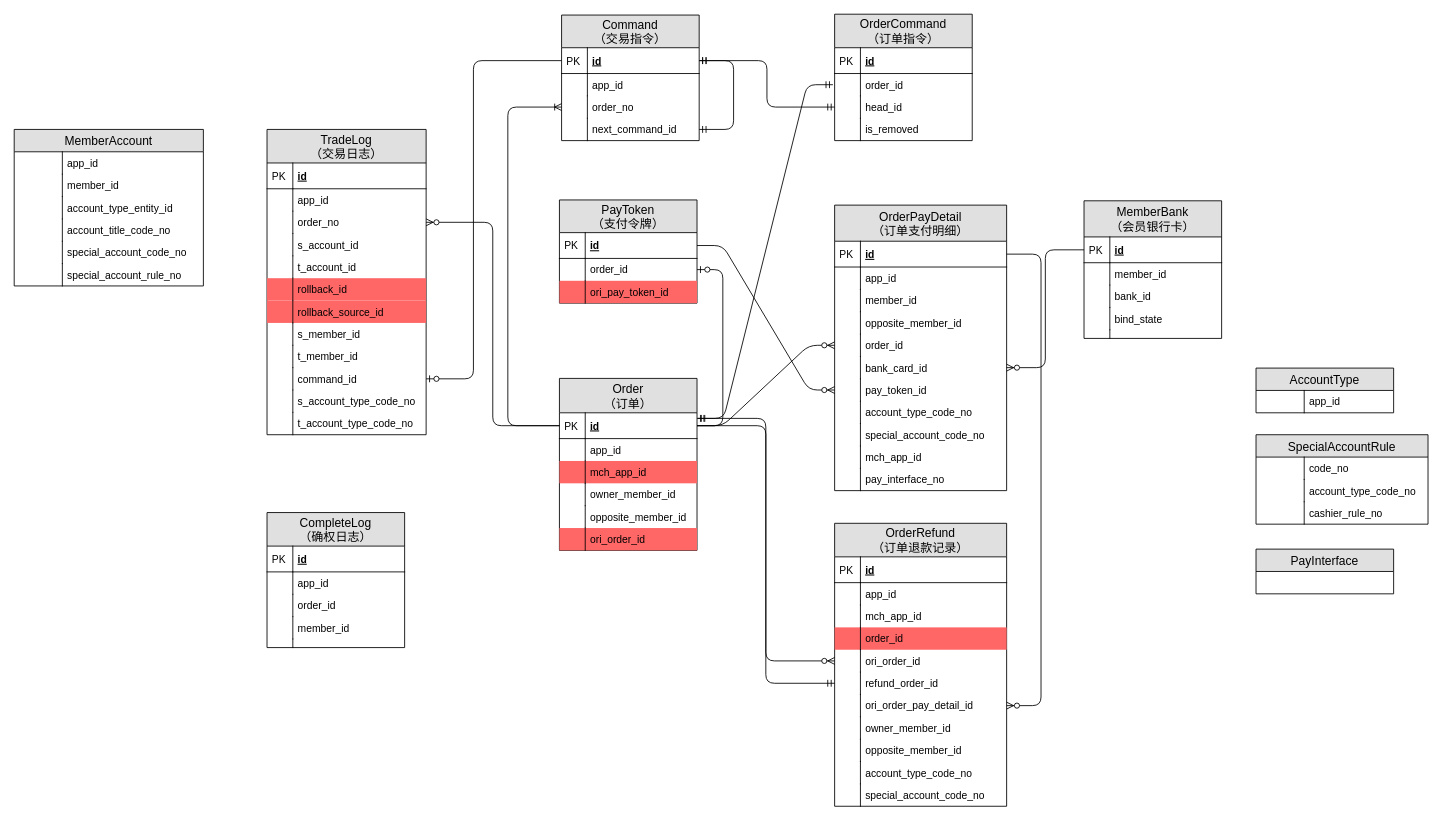
Before: page "order-trade" (4 of 7) of xc-account/design/account/xc-account-db-ER.drawio in waterStone528/job, a draw.io diagram. Source tidied: cells renumbered, new cells numbered last; positions are measured from the earlier drawing's top-left corner, leaving out a move shared by most shapes. Both pictures are drawn from the tidied source at 86%, with x=0, y=0 at pixel (14, 14).
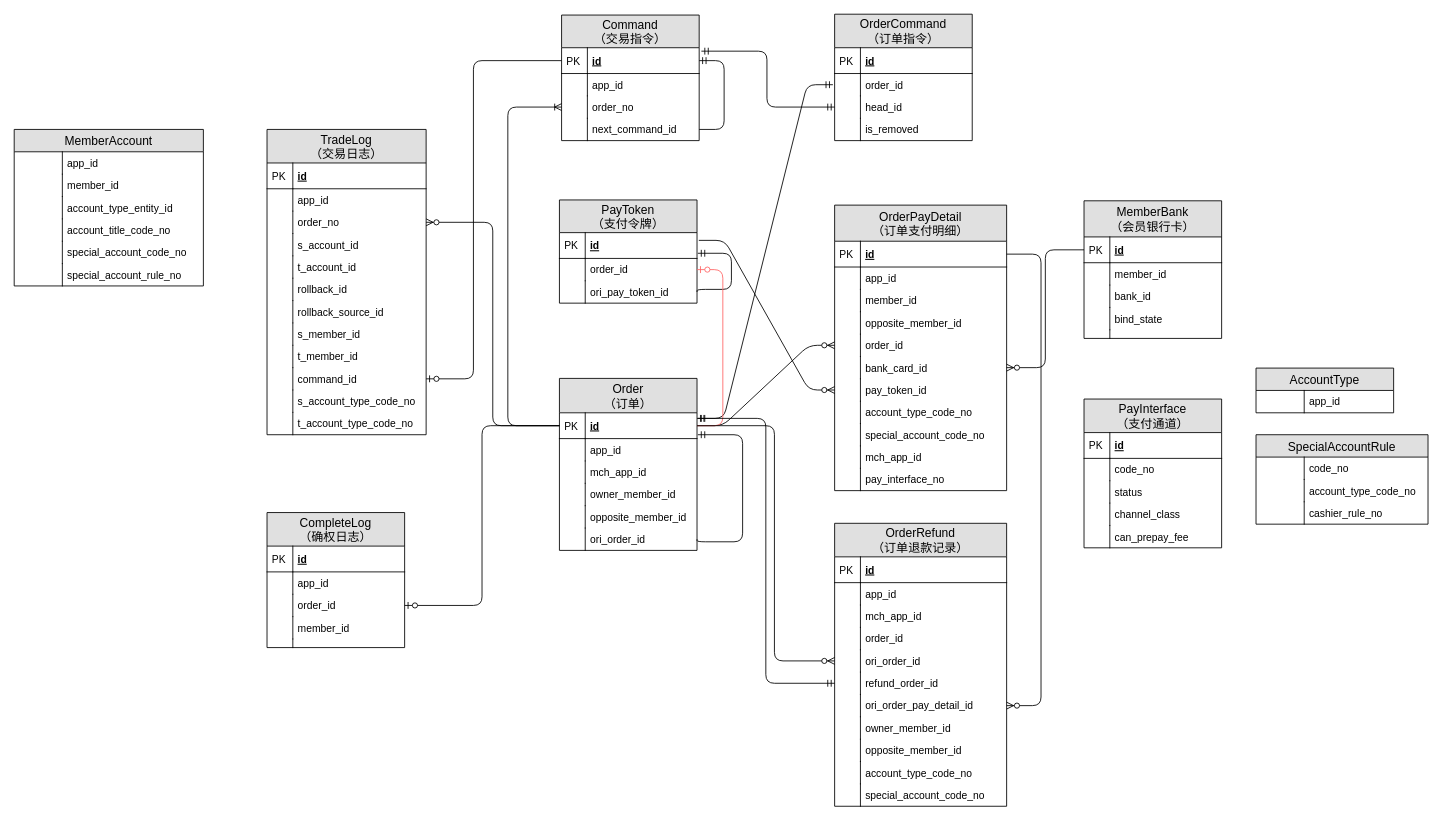
After the change.

Unchanged cells that the change refers to:
```xml
<mxCell id="2" value="Order&#10;（订单）" style="swimlane;fontStyle=0;horizontal=1;startSize=40;fillColor=#e0e0e0;swimlaneFillColor=#ffffff;align=center;fontSize=14;" parent="1" vertex="1">
  <mxGeometry x="634" y="423.5" width="160" height="200" as="geometry" />
</mxCell>
<mxCell id="3" value="id" style="shape=partialRectangle;top=0;left=0;right=0;bottom=1;align=left;verticalAlign=middle;fillColor=none;spacingLeft=34;spacingRight=4;overflow=hidden;points=[[0,0.5],[1,0.5]];portConstraint=eastwest;fontStyle=5;fontSize=12;" parent="2" vertex="1">
  <mxGeometry y="40" width="160" height="30" as="geometry" />
</mxCell>
<mxCell id="20" value="head_id" style="shape=partialRectangle;top=0;left=0;right=0;bottom=0;align=left;verticalAlign=top;fillColor=none;spacingLeft=34;spacingRight=4;overflow=hidden;points=[[0,0.5],[1,0.5]];portConstraint=eastwest;fontSize=12;" parent="15" vertex="1">
  <mxGeometry y="95" width="160" height="26" as="geometry" />
</mxCell>
<mxCell id="37" value="pay_token_id" style="shape=partialRectangle;top=0;left=0;right=0;bottom=0;align=left;verticalAlign=top;fillColor=none;spacingLeft=34;spacingRight=4;overflow=hidden;points=[[0,0.5],[1,0.5]];portConstraint=eastwest;fontSize=12;" parent="24" vertex="1">
  <mxGeometry y="202" width="200" height="26" as="geometry" />
</mxCell>
<mxCell id="47" value="PayToken&#10;（支付令牌）" style="swimlane;fontStyle=0;horizontal=1;startSize=38;fillColor=#e0e0e0;swimlaneFillColor=#ffffff;align=center;fontSize=14;" parent="1" vertex="1">
  <mxGeometry x="634" y="216" width="160" height="120" as="geometry" />
</mxCell>
<mxCell id="48" value="id" style="shape=partialRectangle;top=0;left=0;right=0;bottom=1;align=left;verticalAlign=middle;fillColor=none;spacingLeft=34;spacingRight=4;overflow=hidden;points=[[0,0.5],[1,0.5]];portConstraint=eastwest;fontStyle=5;fontSize=12;" parent="47" vertex="1">
  <mxGeometry y="38" width="160" height="30" as="geometry" />
</mxCell>
<mxCell id="50" value="order_id" style="shape=partialRectangle;top=0;left=0;right=0;bottom=0;align=left;verticalAlign=top;fillColor=none;spacingLeft=34;spacingRight=4;overflow=hidden;points=[[0,0.5],[1,0.5]];portConstraint=eastwest;fontSize=12;" parent="47" vertex="1">
  <mxGeometry y="68" width="160" height="26" as="geometry" />
</mxCell>
<mxCell id="59" value="order_id" style="shape=partialRectangle;top=0;left=0;right=0;bottom=0;align=left;verticalAlign=top;fillColor=none;spacingLeft=34;spacingRight=4;overflow=hidden;points=[[0,0.5],[1,0.5]];portConstraint=eastwest;fontSize=12;" parent="54" vertex="1">
  <mxGeometry y="95" width="160" height="26" as="geometry" />
</mxCell>
<mxCell id="65" value="Command&#10;（交易指令）" style="swimlane;fontStyle=0;horizontal=1;startSize=38;fillColor=#e0e0e0;swimlaneFillColor=#ffffff;align=center;fontSize=14;" parent="1" vertex="1">
  <mxGeometry x="636.5" y="1" width="160" height="146" as="geometry" />
</mxCell>
<mxCell id="66" value="id" style="shape=partialRectangle;top=0;left=0;right=0;bottom=1;align=left;verticalAlign=middle;fillColor=none;spacingLeft=34;spacingRight=4;overflow=hidden;points=[[0,0.5],[1,0.5]];portConstraint=eastwest;fontStyle=5;fontSize=12;" parent="65" vertex="1">
  <mxGeometry y="38" width="160" height="30" as="geometry" />
</mxCell>
<mxCell id="72" value="next_command_id" style="shape=partialRectangle;top=0;left=0;right=0;bottom=0;align=left;verticalAlign=top;fillColor=none;spacingLeft=34;spacingRight=4;overflow=hidden;points=[[0,0.5],[1,0.5]];portConstraint=eastwest;fontSize=12;" parent="65" vertex="1">
  <mxGeometry y="120" width="160" height="26" as="geometry" />
</mxCell>
<mxCell id="75" value="TradeLog&#10;（交易日志）" style="swimlane;fontStyle=0;horizontal=1;startSize=39;fillColor=#e0e0e0;swimlaneFillColor=#ffffff;align=center;fontSize=14;" parent="1" vertex="1">
  <mxGeometry x="294" y="134" width="185" height="355" as="geometry" />
</mxCell>
<mxCell id="100" value="OrderRefund&#10;（订单退款记录）" style="swimlane;fontStyle=0;horizontal=1;startSize=39;fillColor=#e0e0e0;swimlaneFillColor=#ffffff;align=center;fontSize=14;" parent="1" vertex="1">
  <mxGeometry x="954" y="592" width="200" height="329" as="geometry" />
</mxCell>
<mxCell id="109" value="ori_order_id" style="shape=partialRectangle;top=0;left=0;right=0;bottom=0;align=left;verticalAlign=top;fillColor=none;spacingLeft=34;spacingRight=4;overflow=hidden;points=[[0,0.5],[1,0.5]];portConstraint=eastwest;fontSize=12;" parent="100" vertex="1">
  <mxGeometry y="147" width="200" height="26" as="geometry" />
</mxCell>
```

Change to the diagram source:
```diff
@@
-    <mxCell id="7" value="mch_app_id" style="shape=partialRectangle;top=0;left=0;right=0;bottom=0;align=left;verticalAlign=top;fillColor=#FF6666;spacingLeft=34;spacingRight=4;overflow=hidden;fontSize=12;" parent="2" vertex="1">
+    <mxCell id="7" value="mch_app_id" style="shape=partialRectangle;top=0;left=0;right=0;bottom=0;align=left;verticalAlign=top;fillColor=none;spacingLeft=34;spacingRight=4;overflow=hidden;fontSize=12;" parent="2" vertex="1">
       <mxGeometry y="96" width="160" height="26" as="geometry" />
     </mxCell>
@@
-    <mxCell id="13" value="ori_order_id" style="shape=partialRectangle;top=0;left=0;right=0;bottom=0;align=left;verticalAlign=top;fillColor=#FF6666;spacingLeft=34;spacingRight=4;overflow=hidden;points=[[0,0.5],[1,0.5]];portConstraint=eastwest;fontSize=12;" parent="2" vertex="1">
+    <mxCell id="13" value="ori_order_id" style="shape=partialRectangle;top=0;left=0;right=0;bottom=0;align=left;verticalAlign=top;fillColor=none;spacingLeft=34;spacingRight=4;overflow=hidden;points=[[0,0.5],[1,0.5]];portConstraint=eastwest;fontSize=12;" parent="2" vertex="1">
       <mxGeometry y="174" width="160" height="26" as="geometry" />
     </mxCell>
@@
+    <mxCell id="170" style="edgeStyle=orthogonalEdgeStyle;fontSize=12;html=1;endArrow=ERmandOne;exitX=1;exitY=0.5;exitDx=0;exitDy=0;entryX=1.006;entryY=0.85;entryDx=0;entryDy=0;entryPerimeter=0;" parent="2" edge="1" source="13" target="3">
+      <mxGeometry relative="1" as="geometry">
+        <Array as="points">
+          <mxPoint x="160" y="190" />
+          <mxPoint x="213" y="190" />
+          <mxPoint x="213" y="65" />
+          <mxPoint x="161" y="65" />
+        </Array>
+      </mxGeometry>
+    </mxCell>
@@
-    <mxCell id="52" value="ori_pay_token_id" style="shape=partialRectangle;top=0;left=0;right=0;bottom=0;align=left;verticalAlign=top;fillColor=#FF6666;spacingLeft=34;spacingRight=4;overflow=hidden;points=[[0,0.5],[1,0.5]];portConstraint=eastwest;fontSize=12;" parent="47" vertex="1">
+    <mxCell id="52" value="ori_pay_token_id" style="shape=partialRectangle;top=0;left=0;right=0;bottom=0;align=left;verticalAlign=top;fillColor=none;spacingLeft=34;spacingRight=4;overflow=hidden;points=[[0,0.5],[1,0.5]];portConstraint=eastwest;fontSize=12;" parent="47" vertex="1">
       <mxGeometry y="94" width="160" height="26" as="geometry" />
     </mxCell>
@@
+    <mxCell id="171" style="edgeStyle=orthogonalEdgeStyle;fontSize=12;html=1;endArrow=ERmandOne;exitX=1;exitY=0.5;exitDx=0;exitDy=0;entryX=1.006;entryY=0.8;entryDx=0;entryDy=0;entryPerimeter=0;" parent="47" edge="1" source="52" target="48">
+      <mxGeometry relative="1" as="geometry">
+        <Array as="points">
+          <mxPoint x="160" y="104" />
+          <mxPoint x="200" y="104" />
+          <mxPoint x="200" y="62" />
+        </Array>
+      </mxGeometry>
+    </mxCell>
@@
-    <mxCell id="74" style="edgeStyle=orthogonalEdgeStyle;fontSize=12;html=1;endArrow=ERmandOne;startArrow=ERmandOne;exitX=1;exitY=0.5;exitDx=0;exitDy=0;entryX=1;entryY=0.5;entryDx=0;entryDy=0;" parent="65" edge="1" source="72" target="66">
+    <mxCell id="74" style="edgeStyle=orthogonalEdgeStyle;fontSize=12;html=1;endArrow=ERmandOne;exitX=1;exitY=0.5;exitDx=0;exitDy=0;entryX=1;entryY=0.5;entryDx=0;entryDy=0;" parent="65" edge="1" source="72" target="66">
       <mxGeometry relative="1" as="geometry">
         <Array as="points">
-          <mxPoint x="200" y="133" />
-          <mxPoint x="200" y="53" />
+          <mxPoint x="189" y="133" />
+          <mxPoint x="189" y="53" />
         </Array>
       </mxGeometry>
     </mxCell>
@@
-    <mxCell id="86" value="rollback_id" style="shape=partialRectangle;top=0;left=0;right=0;bottom=0;align=left;verticalAlign=top;fillColor=#FF6666;spacingLeft=34;spacingRight=4;overflow=hidden;fontSize=12;" parent="75" vertex="1">
+    <mxCell id="86" value="rollback_id" style="shape=partialRectangle;top=0;left=0;right=0;bottom=0;align=left;verticalAlign=top;fillColor=none;spacingLeft=34;spacingRight=4;overflow=hidden;fontSize=12;" parent="75" vertex="1">
       <mxGeometry y="173" width="185" height="26" as="geometry" />
     </mxCell>
@@
-    <mxCell id="88" value="rollback_source_id" style="shape=partialRectangle;top=0;left=0;right=0;bottom=0;align=left;verticalAlign=top;fillColor=#FF6666;spacingLeft=34;spacingRight=4;overflow=hidden;fontSize=12;" parent="75" vertex="1">
+    <mxCell id="88" value="rollback_source_id" style="shape=partialRectangle;top=0;left=0;right=0;bottom=0;align=left;verticalAlign=top;fillColor=none;spacingLeft=34;spacingRight=4;overflow=hidden;fontSize=12;" parent="75" vertex="1">
       <mxGeometry y="199" width="185" height="26" as="geometry" />
     </mxCell>
@@
-    <mxCell id="107" value="order_id" style="shape=partialRectangle;top=0;left=0;right=0;bottom=0;align=left;verticalAlign=top;fillColor=#FF6666;spacingLeft=34;spacingRight=4;overflow=hidden;fontSize=12;" parent="100" vertex="1">
+    <mxCell id="107" value="order_id" style="shape=partialRectangle;top=0;left=0;right=0;bottom=0;align=left;verticalAlign=top;fillColor=none;spacingLeft=34;spacingRight=4;overflow=hidden;fontSize=12;" parent="100" vertex="1">
       <mxGeometry y="121" width="200" height="26" as="geometry" />
     </mxCell>
@@
-    <mxCell id="124" style="edgeStyle=orthogonalEdgeStyle;fontSize=12;html=1;endArrow=ERmandOne;startArrow=ERmandOne;exitX=0;exitY=0.5;exitDx=0;exitDy=0;entryX=1;entryY=0.5;entryDx=0;entryDy=0;" parent="1" edge="1" source="20" target="66">
+    <mxCell id="124" style="edgeStyle=orthogonalEdgeStyle;fontSize=12;html=1;endArrow=ERmandOne;startArrow=ERmandOne;exitX=0;exitY=0.5;exitDx=0;exitDy=0;entryX=1.016;entryY=0.133;entryDx=0;entryDy=0;entryPerimeter=0;" parent="1" edge="1" source="20" target="66">
       <mxGeometry relative="1" as="geometry" />
     </mxCell>
@@
-    <mxCell id="126" style="edgeStyle=orthogonalEdgeStyle;fontSize=12;html=1;endArrow=ERzeroToOne;endFill=1;exitX=1;exitY=0.5;exitDx=0;exitDy=0;entryX=1;entryY=0.5;entryDx=0;entryDy=0;" parent="1" edge="1" source="3" target="50">
+    <mxCell id="126" style="edgeStyle=orthogonalEdgeStyle;fontSize=12;html=1;endArrow=ERzeroToOne;endFill=1;exitX=1;exitY=0.5;exitDx=0;exitDy=0;entryX=1;entryY=0.5;entryDx=0;entryDy=0;strokeColor=#FF6666;" parent="1" edge="1" source="3" target="50">
       <mxGeometry relative="1" as="geometry">
         <Array as="points">
           <mxPoint x="824" y="479" />
           <mxPoint x="824" y="297" />
         </Array>
       </mxGeometry>
     </mxCell>
-    <mxCell id="127" style="edgeStyle=entityRelationEdgeStyle;fontSize=12;html=1;endArrow=ERzeroToMany;endFill=1;entryX=0;entryY=0.5;entryDx=0;entryDy=0;exitX=1;exitY=0.5;exitDx=0;exitDy=0;" parent="1" edge="1" source="48" target="37">
+    <mxCell id="127" style="edgeStyle=entityRelationEdgeStyle;fontSize=12;html=1;endArrow=ERzeroToMany;endFill=1;entryX=0;entryY=0.5;entryDx=0;entryDy=0;exitX=1.013;exitY=0.3;exitDx=0;exitDy=0;exitPerimeter=0;" parent="1" edge="1" source="48" target="37">
       <mxGeometry relative="1" as="geometry" />
     </mxCell>
@@
     <mxCell id="150" style="edgeStyle=orthogonalEdgeStyle;fontSize=12;html=1;endArrow=ERzeroToMany;endFill=1;entryX=0;entryY=0.5;entryDx=0;entryDy=0;exitX=1;exitY=0.5;exitDx=0;exitDy=0;" parent="1" edge="1" source="3" target="109">
-      <mxGeometry relative="1" as="geometry" />
+      <mxGeometry relative="1" as="geometry">
+        <Array as="points">
+          <mxPoint x="884" y="479" />
+          <mxPoint x="884" y="752" />
+        </Array>
+      </mxGeometry>
     </mxCell>
@@
-    <mxCell id="154" value="PayInterface" style="swimlane;fontStyle=0;horizontal=1;startSize=26;fillColor=#e0e0e0;swimlaneFillColor=#ffffff;align=center;fontSize=14;" parent="1" vertex="1">
-      <mxGeometry x="1444" y="622" width="160" height="52" as="geometry" />
-    </mxCell>
@@
+    <mxCell id="172" style="edgeStyle=orthogonalEdgeStyle;fontSize=12;html=1;endArrow=ERzeroToOne;endFill=1;entryX=1;entryY=0.5;entryDx=0;entryDy=0;exitX=0;exitY=0.5;exitDx=0;exitDy=0;" parent="1" edge="1" source="3" target="59">
+      <mxGeometry relative="1" as="geometry" />
+    </mxCell>
+    <mxCell id="173" value="PayInterface&#10;（支付通道）" style="swimlane;fontStyle=0;horizontal=1;startSize=39;fillColor=#e0e0e0;swimlaneFillColor=#ffffff;align=center;fontSize=14;" parent="1" vertex="1">
+      <mxGeometry x="1244" y="447.5" width="160" height="173" as="geometry" />
+    </mxCell>
+    <mxCell id="174" value="id" style="shape=partialRectangle;top=0;left=0;right=0;bottom=1;align=left;verticalAlign=middle;fillColor=none;spacingLeft=34;spacingRight=4;overflow=hidden;fontStyle=5;fontSize=12;" parent="173" vertex="1">
+      <mxGeometry y="39" width="160" height="30" as="geometry" />
+    </mxCell>
+    <mxCell id="175" value="PK" style="shape=partialRectangle;top=0;left=0;bottom=0;fillColor=none;align=left;verticalAlign=middle;spacingLeft=4;spacingRight=4;overflow=hidden;fontSize=12;" parent="174" vertex="1">
+      <mxGeometry width="30" height="30" as="geometry" />
+    </mxCell>
+    <mxCell id="176" value="code_no" style="shape=partialRectangle;top=0;left=0;right=0;bottom=0;align=left;verticalAlign=top;fillColor=none;spacingLeft=34;spacingRight=4;overflow=hidden;fontSize=12;" parent="173" vertex="1">
+      <mxGeometry y="69" width="160" height="26" as="geometry" />
+    </mxCell>
+    <mxCell id="177" style="shape=partialRectangle;top=0;left=0;bottom=0;fillColor=none;align=left;verticalAlign=top;spacingLeft=4;spacingRight=4;overflow=hidden;fontSize=12;" parent="176" vertex="1">
+      <mxGeometry width="30" height="26" as="geometry" />
+    </mxCell>
+    <mxCell id="178" value="status" style="shape=partialRectangle;top=0;left=0;right=0;bottom=0;align=left;verticalAlign=top;fillColor=none;spacingLeft=34;spacingRight=4;overflow=hidden;fontSize=12;" parent="173" vertex="1">
+      <mxGeometry y="95" width="160" height="26" as="geometry" />
+    </mxCell>
+    <mxCell id="179" style="shape=partialRectangle;top=0;left=0;bottom=0;fillColor=none;align=left;verticalAlign=top;spacingLeft=4;spacingRight=4;overflow=hidden;fontSize=12;" parent="178" vertex="1">
+      <mxGeometry width="30" height="26" as="geometry" />
+    </mxCell>
+    <mxCell id="180" value="channel_class" style="shape=partialRectangle;top=0;left=0;right=0;bottom=0;align=left;verticalAlign=top;fillColor=none;spacingLeft=34;spacingRight=4;overflow=hidden;fontSize=12;" parent="173" vertex="1">
+      <mxGeometry y="121" width="160" height="26" as="geometry" />
+    </mxCell>
+    <mxCell id="181" style="shape=partialRectangle;top=0;left=0;bottom=0;fillColor=none;align=left;verticalAlign=top;spacingLeft=4;spacingRight=4;overflow=hidden;fontSize=12;" parent="180" vertex="1">
+      <mxGeometry width="30" height="26" as="geometry" />
+    </mxCell>
+    <mxCell id="182" value="can_prepay_fee" style="shape=partialRectangle;top=0;left=0;right=0;bottom=0;align=left;verticalAlign=top;fillColor=none;spacingLeft=34;spacingRight=4;overflow=hidden;fontSize=12;" parent="173" vertex="1">
+      <mxGeometry y="147" width="160" height="26" as="geometry" />
+    </mxCell>
+    <mxCell id="183" style="shape=partialRectangle;top=0;left=0;bottom=0;fillColor=none;align=left;verticalAlign=top;spacingLeft=4;spacingRight=4;overflow=hidden;fontSize=12;" parent="182" vertex="1">
+      <mxGeometry width="30" height="26" as="geometry" />
+    </mxCell>
```
